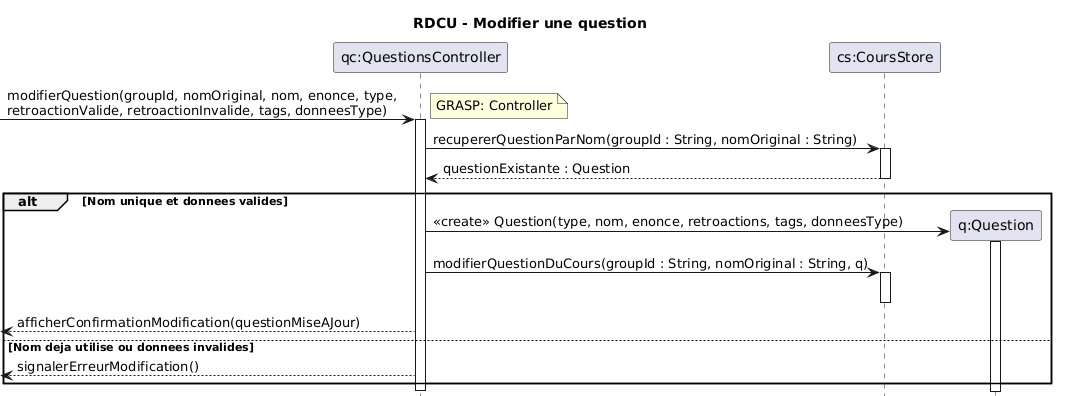
This is docs/modeles/exports/rdcu-modifier-question.png from xMrYahya/moodle-clone, a PlantUML export, as it was before one commit.
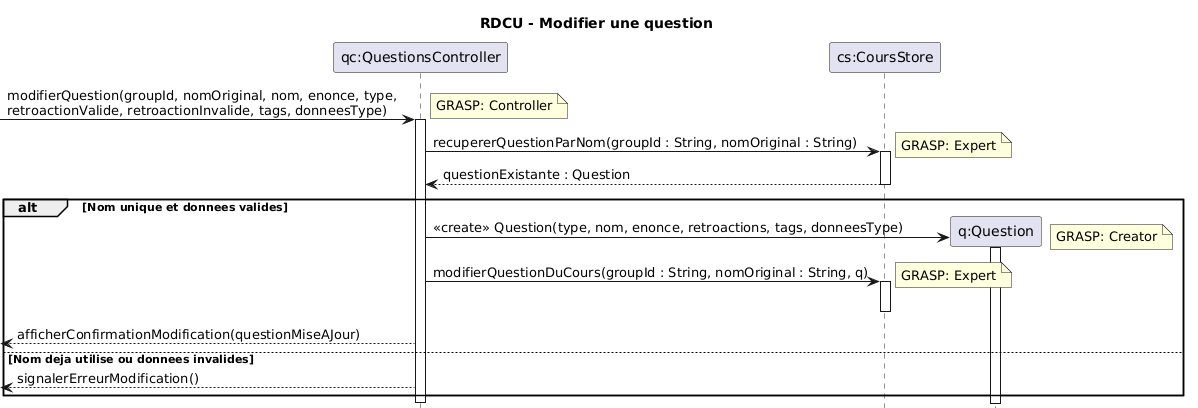
Later version of the same file.

Change to the diagram source:
```diff
@@ -11,6 +11,7 @@
 activate QC
 
 QC -> CS : recupererQuestionParNom(groupId : String, nomOriginal : String)
+note right: GRASP: Expert
 activate CS
 CS --> QC : questionExistante : Question
 deactivate CS
@@ -18,10 +19,12 @@
 alt Nom unique et donnees valides
   create Q
   QC -> Q : <<create>> Question(type, nom, enonce, retroactions, tags, donneesType)
+  note right: GRASP: Creator
   activate Q
   deactivate Q
 
   QC -> CS : modifierQuestionDuCours(groupId : String, nomOriginal : String, q)
+  note right: GRASP: Expert
   activate CS
   deactivate CS
 
```
